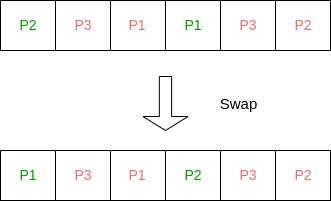
This is Images/Schema/Swap.drawio.png from gasparddannet/AI_Project, a draw.io export, as it was before one commit. Source tidied: cells renumbered, new cells last; positions are measured from the earlier drawing's top-left corner, leaving out a move shared by most shapes.
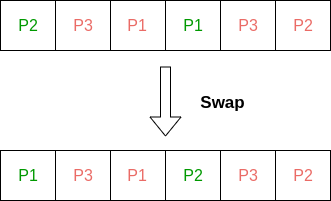
After the change.

Change to the diagram source:
```diff
@@ -2,65 +2,68 @@
   <root>
     <mxCell id="0" />
     <mxCell id="1" parent="0" />
-    <mxCell id="2" style="shape=process;whiteSpace=wrap;html=1;backgroundOutline=1;size=0.5;" parent="1" vertex="1">
+    <mxCell id="2" style="shape=process;whiteSpace=wrap;html=1;backgroundOutline=1;size=0.5;fillColor=none;" parent="1" vertex="1">
       <mxGeometry width="110" height="50" as="geometry" />
     </mxCell>
-    <mxCell id="3" style="shape=process;whiteSpace=wrap;html=1;backgroundOutline=1;size=0.5;align=center;" parent="1" vertex="1">
+    <mxCell id="3" style="shape=process;whiteSpace=wrap;html=1;backgroundOutline=1;size=0.5;align=center;fillColor=none;" parent="1" vertex="1">
       <mxGeometry x="110" width="110" height="50" as="geometry" />
     </mxCell>
-    <mxCell id="4" style="shape=process;whiteSpace=wrap;html=1;backgroundOutline=1;size=0.5;" parent="1" vertex="1">
+    <mxCell id="4" style="shape=process;whiteSpace=wrap;html=1;backgroundOutline=1;size=0.5;fillColor=none;" parent="1" vertex="1">
       <mxGeometry x="220" width="110" height="50" as="geometry" />
     </mxCell>
-    <mxCell id="5" style="shape=singleArrow;direction=south;whiteSpace=wrap;html=1;arrowWidth=0.273333740234375;arrowSize=0.2585859202375316;" parent="1" vertex="1">
-      <mxGeometry x="142.5" y="76" width="45" height="54" as="geometry" />
-    </mxCell>
-    <mxCell id="6" value="&lt;font color=&quot;#009900&quot; style=&quot;font-size: 14px;&quot;&gt;P2&lt;/font&gt;" style="text;html=1;strokeColor=none;fillColor=none;align=center;verticalAlign=middle;whiteSpace=wrap;rounded=0;" parent="1" vertex="1">
+    <mxCell id="6" value="&lt;font color=&quot;#009900&quot; style=&quot;font-size: 16px;&quot;&gt;P2&lt;/font&gt;" style="text;html=1;strokeColor=none;fillColor=none;align=center;verticalAlign=middle;whiteSpace=wrap;rounded=0;" parent="1" vertex="1">
       <mxGeometry x="3" width="50" height="50" as="geometry" />
     </mxCell>
-    <mxCell id="7" value="&lt;font color=&quot;#ea6b66&quot; style=&quot;font-size: 14px;&quot;&gt;P3&lt;/font&gt;" style="text;html=1;strokeColor=none;fillColor=none;align=center;verticalAlign=middle;whiteSpace=wrap;rounded=0;" parent="1" vertex="1">
+    <mxCell id="7" value="&lt;font color=&quot;#ea6b66&quot; style=&quot;font-size: 16px;&quot;&gt;P3&lt;/font&gt;" style="text;html=1;strokeColor=none;fillColor=none;align=center;verticalAlign=middle;whiteSpace=wrap;rounded=0;" parent="1" vertex="1">
       <mxGeometry x="58" width="50" height="50" as="geometry" />
     </mxCell>
-    <mxCell id="8" value="&lt;font style=&quot;font-size: 14px;&quot; color=&quot;#ea6b66&quot;&gt;P1&lt;/font&gt;" style="text;html=1;strokeColor=none;fillColor=none;align=center;verticalAlign=middle;whiteSpace=wrap;rounded=0;" parent="1" vertex="1">
+    <mxCell id="8" value="&lt;font style=&quot;font-size: 16px;&quot; color=&quot;#ea6b66&quot;&gt;P1&lt;/font&gt;" style="text;html=1;strokeColor=none;fillColor=none;align=center;verticalAlign=middle;whiteSpace=wrap;rounded=0;" parent="1" vertex="1">
       <mxGeometry x="112" width="50" height="50" as="geometry" />
     </mxCell>
-    <mxCell id="9" value="&lt;font color=&quot;#009900&quot; style=&quot;font-size: 14px;&quot;&gt;P1&lt;/font&gt;" style="text;html=1;strokeColor=none;fillColor=none;align=center;verticalAlign=middle;whiteSpace=wrap;rounded=0;" parent="1" vertex="1">
+    <mxCell id="9" value="&lt;font color=&quot;#009900&quot; style=&quot;font-size: 16px;&quot;&gt;P1&lt;/font&gt;" style="text;html=1;strokeColor=none;fillColor=none;align=center;verticalAlign=middle;whiteSpace=wrap;rounded=0;" parent="1" vertex="1">
       <mxGeometry x="168" width="50" height="50" as="geometry" />
     </mxCell>
-    <mxCell id="10" value="&lt;font color=&quot;#ea6b66&quot; style=&quot;font-size: 14px;&quot;&gt;P3&lt;/font&gt;" style="text;html=1;strokeColor=none;fillColor=none;align=center;verticalAlign=middle;whiteSpace=wrap;rounded=0;" parent="1" vertex="1">
+    <mxCell id="10" value="&lt;font color=&quot;#ea6b66&quot; style=&quot;font-size: 16px;&quot;&gt;P3&lt;/font&gt;" style="text;html=1;strokeColor=none;fillColor=none;align=center;verticalAlign=middle;whiteSpace=wrap;rounded=0;" parent="1" vertex="1">
       <mxGeometry x="223" width="50" height="50" as="geometry" />
     </mxCell>
-    <mxCell id="11" value="&lt;font style=&quot;font-size: 14px;&quot; color=&quot;#ea6b66&quot;&gt;P2&lt;/font&gt;" style="text;html=1;strokeColor=none;fillColor=none;align=center;verticalAlign=middle;whiteSpace=wrap;rounded=0;" parent="1" vertex="1">
+    <mxCell id="11" value="&lt;font style=&quot;font-size: 16px;&quot; color=&quot;#ea6b66&quot;&gt;P2&lt;/font&gt;" style="text;html=1;strokeColor=none;fillColor=none;align=center;verticalAlign=middle;whiteSpace=wrap;rounded=0;" parent="1" vertex="1">
       <mxGeometry x="278" width="50" height="50" as="geometry" />
     </mxCell>
-    <mxCell id="12" value="&lt;font style=&quot;font-size: 15px;&quot;&gt;Swap&lt;/font&gt;" style="text;html=1;strokeColor=none;fillColor=none;align=center;verticalAlign=middle;whiteSpace=wrap;rounded=0;" parent="1" vertex="1">
-      <mxGeometry x="187.5" y="88" width="100.5" height="30" as="geometry" />
+    <mxCell id="12" value="&lt;font style=&quot;font-size: 17px;&quot;&gt;&lt;b&gt;Swap&lt;/b&gt;&lt;/font&gt;" style="text;html=1;strokeColor=none;fillColor=none;align=center;verticalAlign=middle;whiteSpace=wrap;rounded=0;" parent="1" vertex="1">
+      <mxGeometry x="171.5" y="88" width="100.5" height="30" as="geometry" />
     </mxCell>
-    <mxCell id="13" style="shape=process;whiteSpace=wrap;html=1;backgroundOutline=1;size=0.5;" parent="1" vertex="1">
+    <mxCell id="13" style="shape=process;whiteSpace=wrap;html=1;backgroundOutline=1;size=0.5;fillColor=none;" parent="1" vertex="1">
       <mxGeometry y="150" width="110" height="50" as="geometry" />
     </mxCell>
-    <mxCell id="14" style="shape=process;whiteSpace=wrap;html=1;backgroundOutline=1;size=0.5;align=center;" parent="1" vertex="1">
+    <mxCell id="14" style="shape=process;whiteSpace=wrap;html=1;backgroundOutline=1;size=0.5;align=center;fillColor=none;" parent="1" vertex="1">
       <mxGeometry x="110" y="150" width="110" height="50" as="geometry" />
     </mxCell>
-    <mxCell id="15" style="shape=process;whiteSpace=wrap;html=1;backgroundOutline=1;size=0.5;" parent="1" vertex="1">
+    <mxCell id="15" style="shape=process;whiteSpace=wrap;html=1;backgroundOutline=1;size=0.5;fillColor=none;" parent="1" vertex="1">
       <mxGeometry x="220" y="150" width="110" height="50" as="geometry" />
     </mxCell>
-    <mxCell id="16" value="&lt;font color=&quot;#009900&quot; style=&quot;font-size: 14px;&quot;&gt;P1&lt;/font&gt;" style="text;html=1;strokeColor=none;fillColor=none;align=center;verticalAlign=middle;whiteSpace=wrap;rounded=0;" parent="1" vertex="1">
+    <mxCell id="16" value="&lt;font color=&quot;#009900&quot; style=&quot;font-size: 16px;&quot;&gt;P1&lt;/font&gt;" style="text;html=1;strokeColor=none;fillColor=none;align=center;verticalAlign=middle;whiteSpace=wrap;rounded=0;" parent="1" vertex="1">
       <mxGeometry x="3" y="150" width="50" height="50" as="geometry" />
     </mxCell>
-    <mxCell id="17" value="&lt;font style=&quot;font-size: 14px;&quot; color=&quot;#ea6b66&quot;&gt;P3&lt;/font&gt;" style="text;html=1;strokeColor=none;fillColor=none;align=center;verticalAlign=middle;whiteSpace=wrap;rounded=0;" parent="1" vertex="1">
+    <mxCell id="17" value="&lt;font style=&quot;font-size: 16px;&quot; color=&quot;#ea6b66&quot;&gt;P3&lt;/font&gt;" style="text;html=1;strokeColor=none;fillColor=none;align=center;verticalAlign=middle;whiteSpace=wrap;rounded=0;" parent="1" vertex="1">
       <mxGeometry x="58" y="150" width="50" height="50" as="geometry" />
     </mxCell>
-    <mxCell id="18" value="&lt;font style=&quot;font-size: 14px;&quot; color=&quot;#ea6b66&quot;&gt;P1&lt;/font&gt;" style="text;html=1;strokeColor=none;fillColor=none;align=center;verticalAlign=middle;whiteSpace=wrap;rounded=0;" parent="1" vertex="1">
+    <mxCell id="18" value="&lt;font style=&quot;font-size: 16px;&quot; color=&quot;#ea6b66&quot;&gt;P1&lt;/font&gt;" style="text;html=1;strokeColor=none;fillColor=none;align=center;verticalAlign=middle;whiteSpace=wrap;rounded=0;" parent="1" vertex="1">
       <mxGeometry x="112" y="150" width="50" height="50" as="geometry" />
     </mxCell>
-    <mxCell id="19" value="&lt;font color=&quot;#009900&quot; style=&quot;font-size: 14px;&quot;&gt;P2&lt;/font&gt;" style="text;html=1;strokeColor=none;fillColor=none;align=center;verticalAlign=middle;whiteSpace=wrap;rounded=0;" parent="1" vertex="1">
+    <mxCell id="19" value="&lt;font color=&quot;#009900&quot; style=&quot;font-size: 16px;&quot;&gt;P2&lt;/font&gt;" style="text;html=1;strokeColor=none;fillColor=none;align=center;verticalAlign=middle;whiteSpace=wrap;rounded=0;" parent="1" vertex="1">
       <mxGeometry x="168" y="150" width="50" height="50" as="geometry" />
     </mxCell>
-    <mxCell id="20" value="&lt;font color=&quot;#ea6b66&quot; style=&quot;font-size: 14px;&quot;&gt;P3&lt;/font&gt;" style="text;html=1;strokeColor=none;fillColor=none;align=center;verticalAlign=middle;whiteSpace=wrap;rounded=0;" parent="1" vertex="1">
+    <mxCell id="20" value="&lt;font color=&quot;#ea6b66&quot; style=&quot;font-size: 16px;&quot;&gt;P3&lt;/font&gt;" style="text;html=1;strokeColor=none;fillColor=none;align=center;verticalAlign=middle;whiteSpace=wrap;rounded=0;" parent="1" vertex="1">
       <mxGeometry x="223" y="150" width="50" height="50" as="geometry" />
     </mxCell>
-    <mxCell id="21" value="&lt;font style=&quot;font-size: 14px;&quot; color=&quot;#ea6b66&quot;&gt;P2&lt;/font&gt;" style="text;html=1;strokeColor=none;fillColor=none;align=center;verticalAlign=middle;whiteSpace=wrap;rounded=0;" parent="1" vertex="1">
+    <mxCell id="21" value="&lt;font style=&quot;font-size: 16px;&quot; color=&quot;#ea6b66&quot;&gt;P2&lt;/font&gt;" style="text;html=1;strokeColor=none;fillColor=none;align=center;verticalAlign=middle;whiteSpace=wrap;rounded=0;" parent="1" vertex="1">
       <mxGeometry x="278" y="150" width="50" height="50" as="geometry" />
     </mxCell>
+    <mxCell id="22" style="shape=flexArrow;endArrow=classic;html=1;rounded=0;" parent="1" edge="1">
+      <mxGeometry relative="1" as="geometry">
+        <mxPoint x="165" y="66" as="sourcePoint" />
+        <mxPoint x="165" y="136" as="targetPoint" />
+      </mxGeometry>
+    </mxCell>
   </root>
 </mxGraphModel>
```
